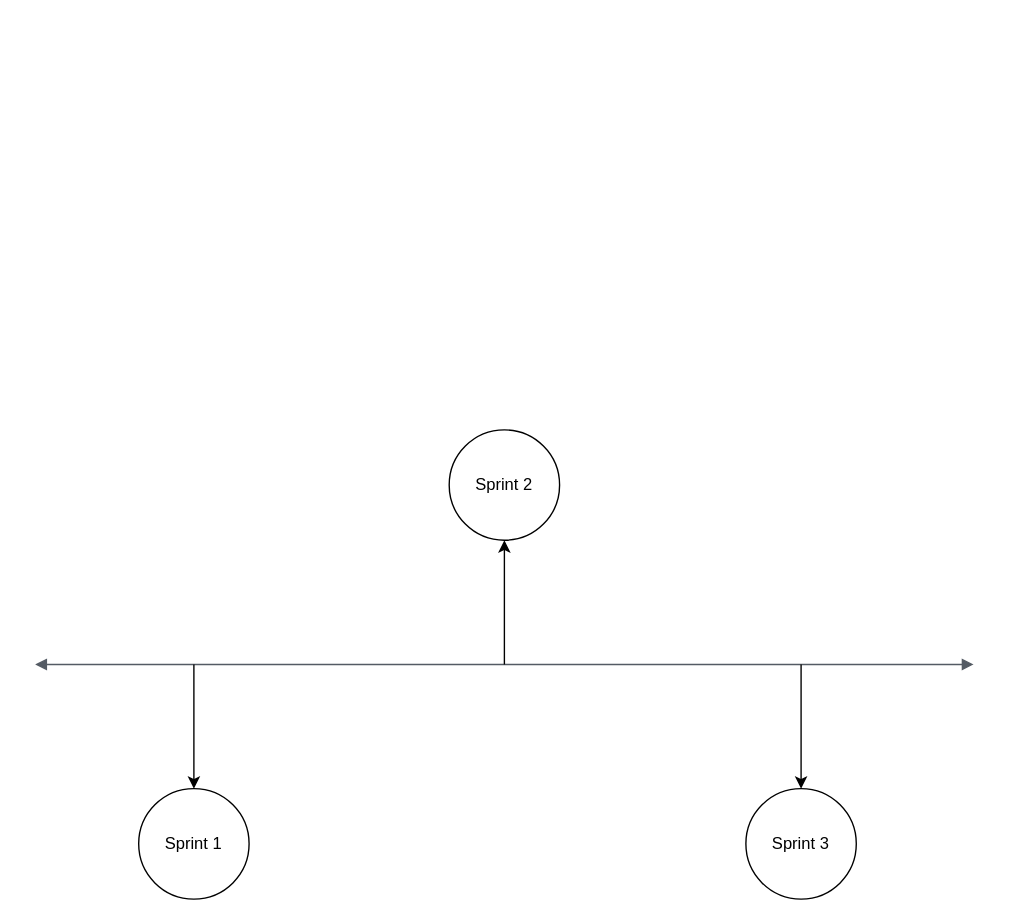
Before: Project: Agile Software Engineering Diagram 2.drawio in Matasem-h/SimpleFlowcharts, a draw.io diagram. Source tidied: cells renumbered, new cells numbered last; positions are measured from the earlier drawing's top-left corner, leaving out a move shared by most shapes. Both pictures are drawn from the tidied source at 138%, with x=0, y=0 at pixel (34, 429).
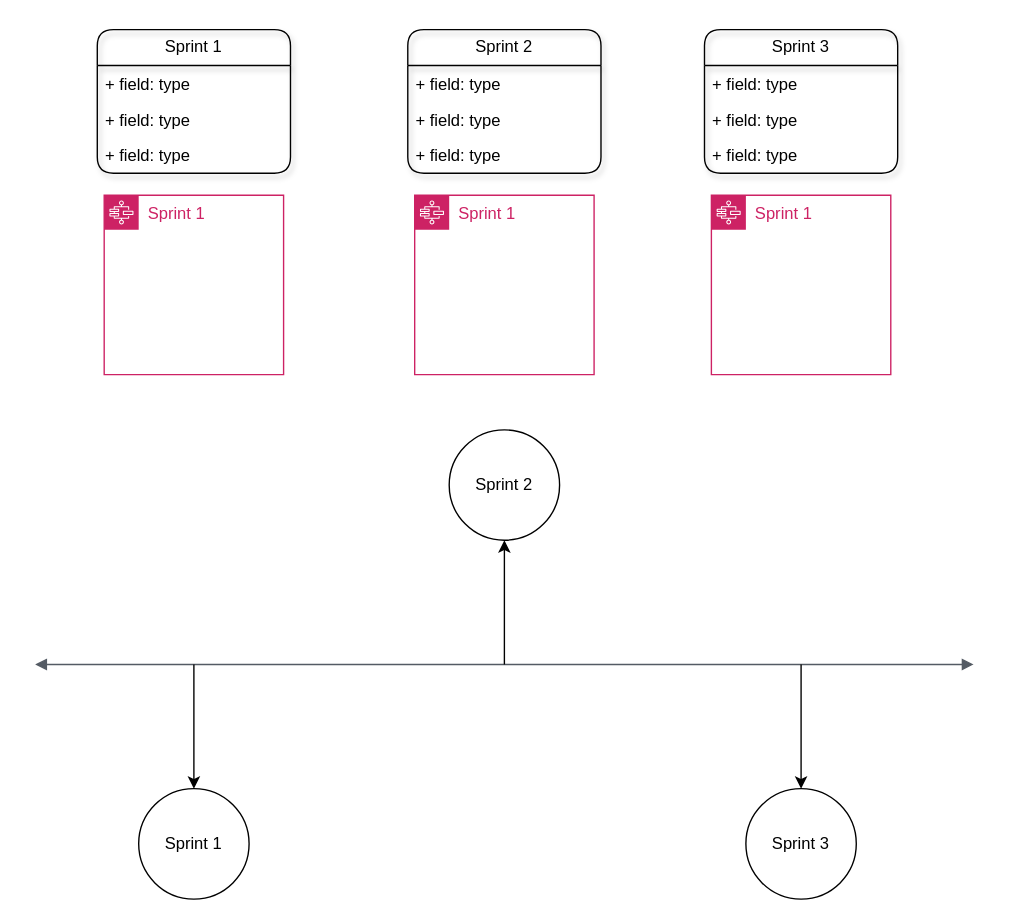
The same page after the edit.

What changed in the source:
```diff
@@
+    <mxCell id="9" value="Sprint 1" style="gradientColor=none;html=1;whiteSpace=wrap;fontSize=12;fontStyle=0;shape=mxgraph.aws4.group;grIcon=mxgraph.aws4.group_aws_step_functions_workflow;strokeColor=#CD2264;fillColor=none;verticalAlign=top;align=left;spacingLeft=30;fontColor=#CD2264;dashed=0;" parent="1" vertex="1">
+      <mxGeometry x="50" y="-170" width="130" height="130" as="geometry" />
+    </mxCell>
+    <mxCell id="10" value="Sprint 1" style="gradientColor=none;html=1;whiteSpace=wrap;fontSize=12;fontStyle=0;shape=mxgraph.aws4.group;grIcon=mxgraph.aws4.group_aws_step_functions_workflow;strokeColor=#CD2264;fillColor=none;verticalAlign=top;align=left;spacingLeft=30;fontColor=#CD2264;dashed=0;" parent="1" vertex="1">
+      <mxGeometry x="275" y="-170" width="130" height="130" as="geometry" />
+    </mxCell>
+    <mxCell id="11" value="Sprint 1" style="gradientColor=none;html=1;whiteSpace=wrap;fontSize=12;fontStyle=0;shape=mxgraph.aws4.group;grIcon=mxgraph.aws4.group_aws_step_functions_workflow;strokeColor=#CD2264;fillColor=none;verticalAlign=top;align=left;spacingLeft=30;fontColor=#CD2264;dashed=0;" parent="1" vertex="1">
+      <mxGeometry x="490" y="-170" width="130" height="130" as="geometry" />
+    </mxCell>
+    <mxCell id="12" value="Sprint 1" style="swimlane;fontStyle=0;horizontal=1;startSize=26;fillColor=none;whiteSpace=wrap;html=1;swimlaneLine=1;glass=0;rounded=1;shadow=1;" parent="1" vertex="1">
+      <mxGeometry x="45" y="-290" width="140" height="104" as="geometry" />
+    </mxCell>
+    <mxCell id="13" value="+ field: type" style="text;strokeColor=none;fillColor=none;align=left;verticalAlign=top;spacingLeft=4;spacingRight=4;overflow=hidden;whiteSpace=wrap;html=1;" parent="12" vertex="1">
+      <mxGeometry y="26" width="140" height="26" as="geometry" />
+    </mxCell>
+    <mxCell id="14" value="+ field: type" style="text;strokeColor=none;fillColor=none;align=left;verticalAlign=top;spacingLeft=4;spacingRight=4;overflow=hidden;whiteSpace=wrap;html=1;" parent="12" vertex="1">
+      <mxGeometry y="52" width="140" height="26" as="geometry" />
+    </mxCell>
+    <mxCell id="15" value="+ field: type" style="text;strokeColor=none;fillColor=none;align=left;verticalAlign=top;spacingLeft=4;spacingRight=4;overflow=hidden;whiteSpace=wrap;html=1;" parent="12" vertex="1">
+      <mxGeometry y="78" width="140" height="26" as="geometry" />
+    </mxCell>
+    <mxCell id="16" value="Sprint 2" style="swimlane;fontStyle=0;horizontal=1;startSize=26;fillColor=none;whiteSpace=wrap;html=1;shadow=1;rounded=1;" parent="1" vertex="1">
+      <mxGeometry x="270" y="-290" width="140" height="104" as="geometry" />
+    </mxCell>
+    <mxCell id="17" value="+ field: type" style="text;strokeColor=none;fillColor=none;align=left;verticalAlign=top;spacingLeft=4;spacingRight=4;overflow=hidden;whiteSpace=wrap;html=1;" parent="16" vertex="1">
+      <mxGeometry y="26" width="140" height="26" as="geometry" />
+    </mxCell>
+    <mxCell id="18" value="+ field: type" style="text;strokeColor=none;fillColor=none;align=left;verticalAlign=top;spacingLeft=4;spacingRight=4;overflow=hidden;whiteSpace=wrap;html=1;" parent="16" vertex="1">
+      <mxGeometry y="52" width="140" height="26" as="geometry" />
+    </mxCell>
+    <mxCell id="19" value="+ field: type" style="text;strokeColor=none;fillColor=none;align=left;verticalAlign=top;spacingLeft=4;spacingRight=4;overflow=hidden;whiteSpace=wrap;html=1;" parent="16" vertex="1">
+      <mxGeometry y="78" width="140" height="26" as="geometry" />
+    </mxCell>
+    <mxCell id="20" value="Sprint 3" style="swimlane;fontStyle=0;horizontal=1;startSize=26;fillColor=none;whiteSpace=wrap;html=1;shadow=1;rounded=1;" parent="1" vertex="1">
+      <mxGeometry x="485" y="-290" width="140" height="104" as="geometry" />
+    </mxCell>
+    <mxCell id="21" value="+ field: type" style="text;strokeColor=none;fillColor=none;align=left;verticalAlign=top;spacingLeft=4;spacingRight=4;overflow=hidden;whiteSpace=wrap;html=1;" parent="20" vertex="1">
+      <mxGeometry y="26" width="140" height="26" as="geometry" />
+    </mxCell>
+    <mxCell id="22" value="+ field: type" style="text;strokeColor=none;fillColor=none;align=left;verticalAlign=top;spacingLeft=4;spacingRight=4;overflow=hidden;whiteSpace=wrap;html=1;" parent="20" vertex="1">
+      <mxGeometry y="52" width="140" height="26" as="geometry" />
+    </mxCell>
+    <mxCell id="23" value="+ field: type" style="text;strokeColor=none;fillColor=none;align=left;verticalAlign=top;spacingLeft=4;spacingRight=4;overflow=hidden;whiteSpace=wrap;html=1;" parent="20" vertex="1">
+      <mxGeometry y="78" width="140" height="26" as="geometry" />
+    </mxCell>
```
